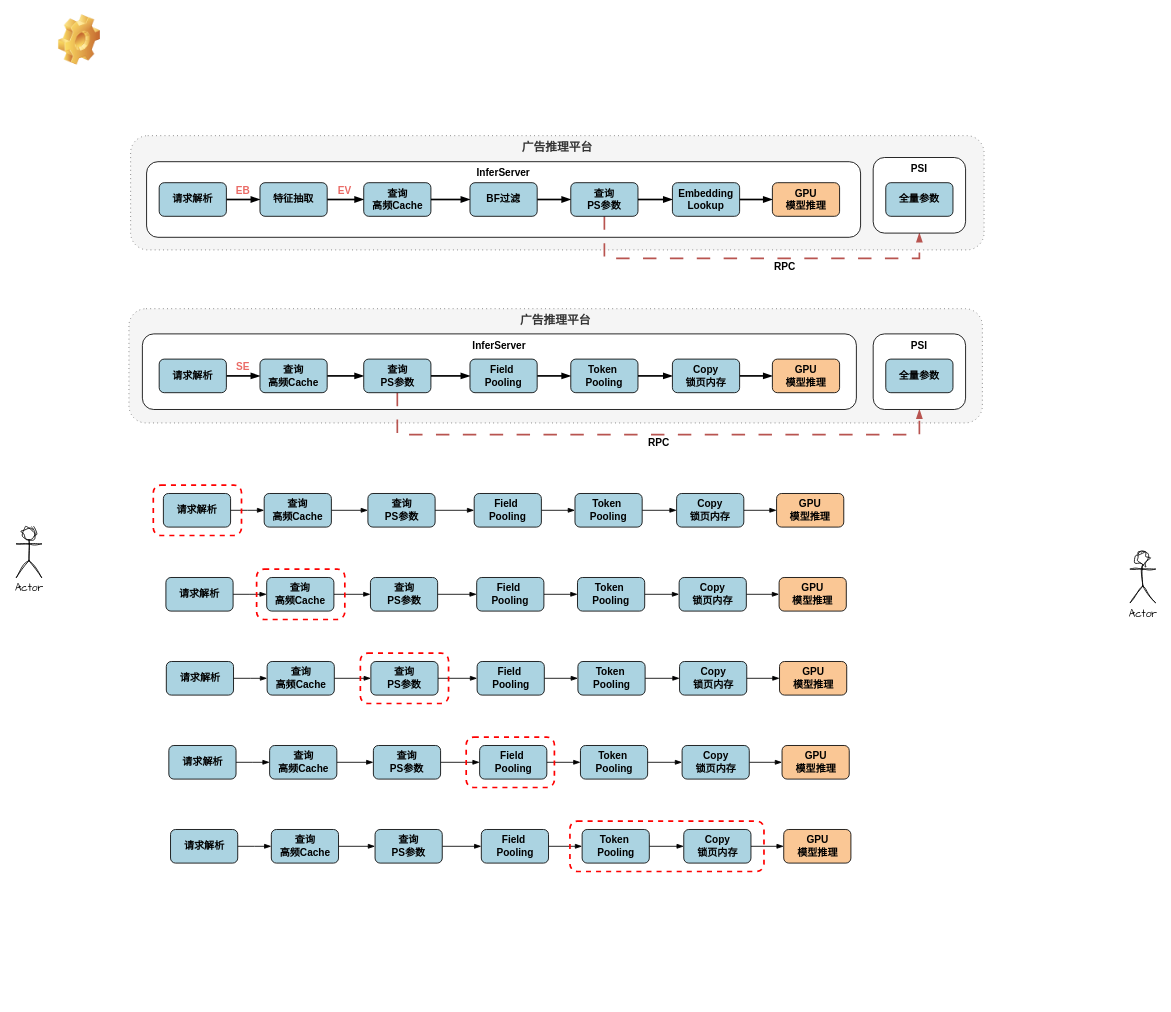
JackHsiung/totoro keeps this draw.io diagram as GprOptImpl.drawio. Above is the earlier version. Source tidied: cells renumbered, new cells numbered last; positions are measured from the earlier drawing's top-left corner, leaving out a move shared by most shapes. Both pictures are drawn from the tidied source at 84%, with x=0, y=0 at pixel (16, 14).
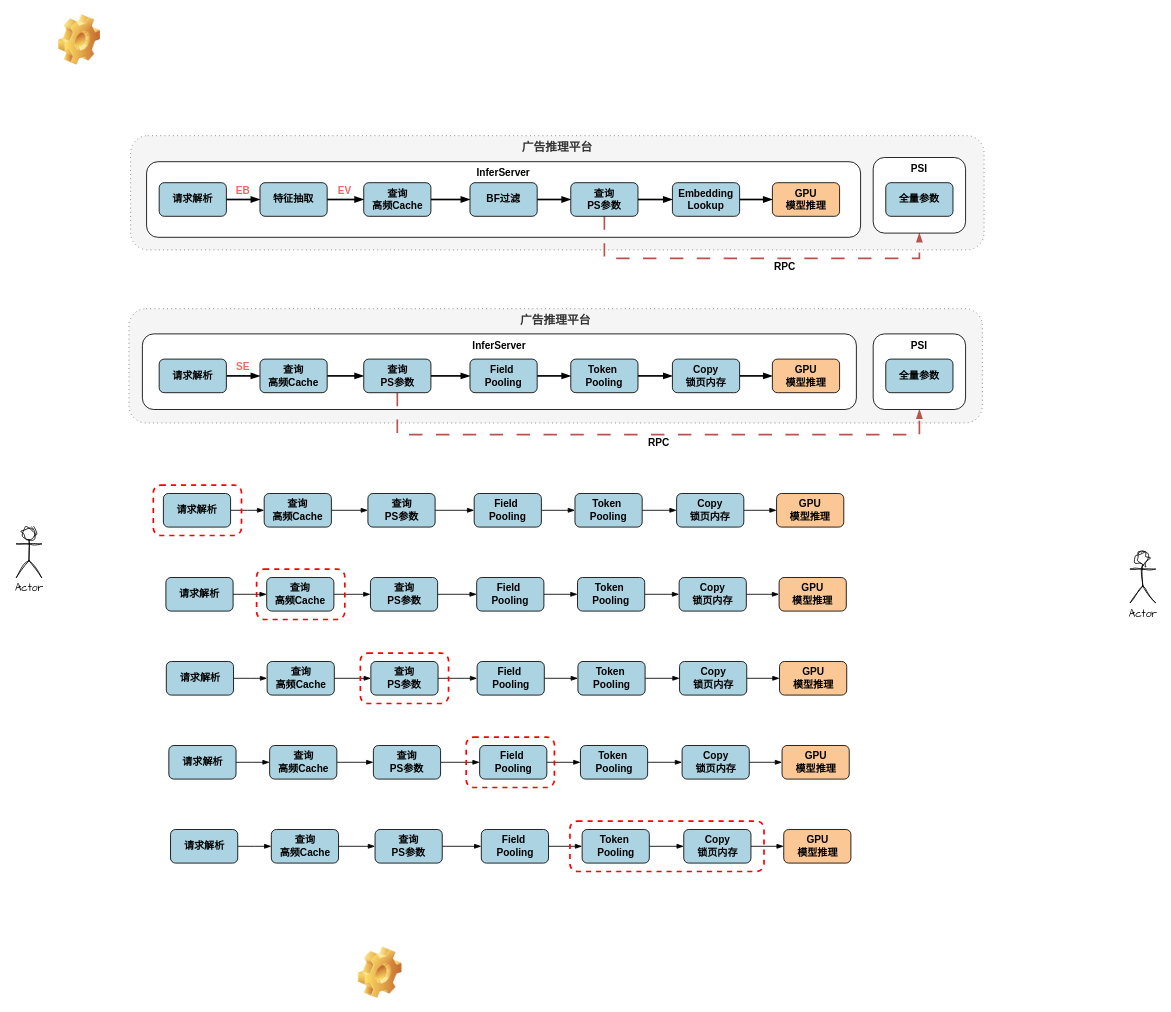
The same page after the edit.

Diff of the diagram source:
```diff
@@
+    <mxCell id="116" style="shape=image;html=1;verticalLabelPosition=bottom;verticalAlign=top;imageAspect=1;image=img/clipart/Gear_128x128.png;sketch=1;hachureGap=4;jiggle=2;curveFitting=1;fontFamily=Architects Daughter;" parent="1" vertex="1">
+      <mxGeometry x="407" y="1110" width="52" height="61" as="geometry" />
+    </mxCell>
```
